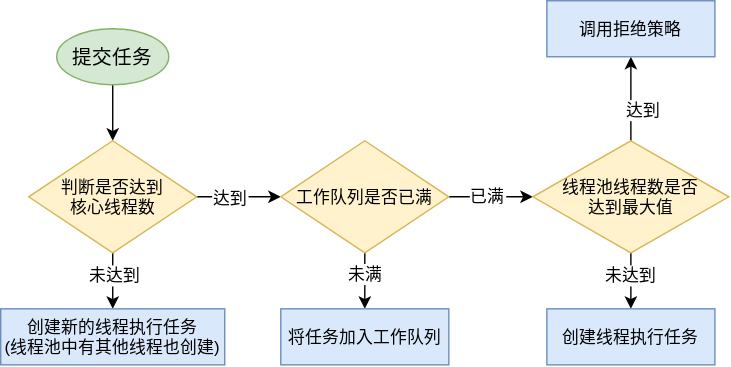
This is Java/JavaSE/多线程/线程池创建线程步骤.drawio.svg from Developer-Tang/notes, a draw.io export, as it was before one commit. Source tidied: cells renumbered, new cells last; positions are measured from the earlier drawing's top-left corner, leaving out a move shared by most shapes.
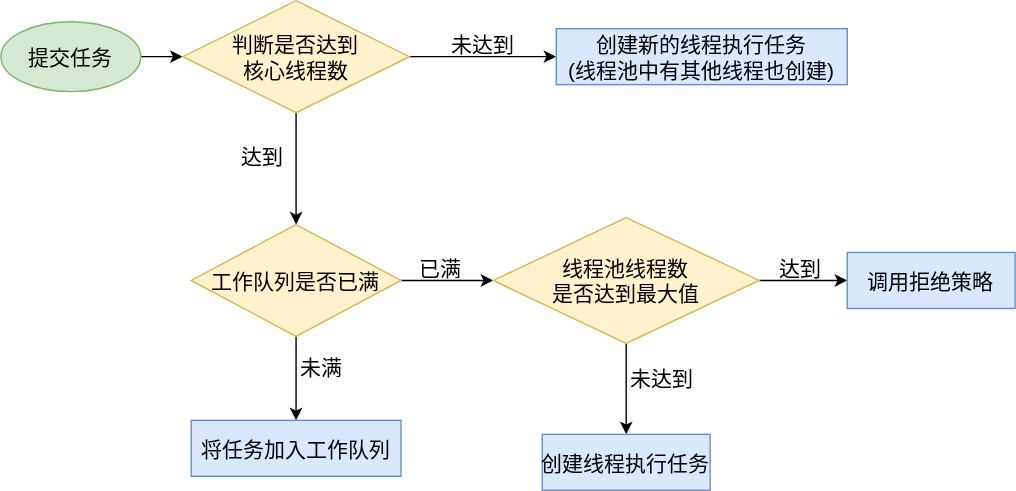
After the change.

The edit, as a diff of the source:
```diff
@@ -2,77 +2,80 @@
   <root>
     <mxCell id="0" />
     <mxCell id="1" parent="0" />
-    <mxCell id="2" style="edgeStyle=orthogonalEdgeStyle;rounded=0;jettySize=auto;fontSize=14;" parent="1" edge="1" source="3" target="8">
+    <mxCell id="2" style="edgeStyle=orthogonalEdgeStyle;rounded=0;jettySize=auto;fontSize=15;labelBackgroundColor=none;fontStyle=0;" parent="1" edge="1" source="3" target="8">
       <mxGeometry relative="1" as="geometry" />
     </mxCell>
-    <mxCell id="3" value="提交任务" style="ellipse;fontSize=14;fillColor=#d5e8d4;strokeColor=#82b366;" parent="1" vertex="1">
-      <mxGeometry x="40" y="20" width="80" height="40" as="geometry" />
+    <mxCell id="3" value="提交任务" style="ellipse;fontSize=15;fillColor=#d5e8d4;strokeColor=#82b366;labelBackgroundColor=none;fontStyle=0;" parent="1" vertex="1">
+      <mxGeometry x="8" y="55" width="100" height="50" as="geometry" />
     </mxCell>
+    <mxCell id="6" style="edgeStyle=orthogonalEdgeStyle;rounded=0;jettySize=auto;fontSize=15;labelBackgroundColor=none;fontStyle=0;" parent="1" edge="1" source="8" target="14">
+      <mxGeometry relative="1" as="geometry" />
+    </mxCell>
+    <mxCell id="7" value="达到" style="edgeLabel;align=center;verticalAlign=middle;fontSize=15;labelBackgroundColor=none;fontStyle=0;" parent="6" vertex="1">
+      <mxGeometry x="-0.25" y="1" relative="1" as="geometry">
+        <mxPoint x="-25" as="offset" />
+      </mxGeometry>
+    </mxCell>
-    <mxCell id="4" style="edgeStyle=orthogonalEdgeStyle;rounded=0;jettySize=auto;fontSize=12;" parent="1" edge="1" source="8" target="9">
-      <mxGeometry relative="1" as="geometry">
-        <Array as="points">
-          <mxPoint x="80" y="190" />
-          <mxPoint x="80" y="190" />
-        </Array>
-      </mxGeometry>
+    <mxCell id="4" style="edgeStyle=orthogonalEdgeStyle;rounded=0;jettySize=auto;fontStyle=0;labelBackgroundColor=none;fontSize=15;" parent="1" edge="1" source="8" target="9">
+      <mxGeometry relative="1" as="geometry" />
     </mxCell>
-    <mxCell id="5" value="未达到" style="edgeLabel;align=center;verticalAlign=middle;fontSize=12;" parent="4" vertex="1">
-      <mxGeometry x="-0.23" y="1" relative="1" as="geometry" />
+    <mxCell id="5" value="未达到" style="edgeLabel;align=center;verticalAlign=middle;fontStyle=0;fontSize=15;labelBackgroundColor=none;" parent="4" vertex="1">
+      <mxGeometry x="-0.15" y="-1" relative="1" as="geometry">
+        <mxPoint x="7" y="-11" as="offset" />
+      </mxGeometry>
     </mxCell>
-    <mxCell id="6" style="edgeStyle=orthogonalEdgeStyle;rounded=0;jettySize=auto;fontSize=12;" parent="1" edge="1" source="8" target="14">
-      <mxGeometry relative="1" as="geometry" />
-    </mxCell>
-    <mxCell id="7" value="达到" style="edgeLabel;align=center;verticalAlign=middle;fontSize=12;" parent="6" vertex="1">
-      <mxGeometry x="-0.25" y="1" relative="1" as="geometry">
-        <mxPoint x="1" y="1" as="offset" />
-      </mxGeometry>
-    </mxCell>
-    <mxCell id="8" value="判断是否达到&#10;核心线程数" style="rhombus;fontSize=12;strokeColor=#d6b656;fillColor=#fff2cc;" parent="1" vertex="1">
-      <mxGeometry x="20" y="100" width="120" height="80" as="geometry" />
+    <mxCell id="8" value="判断是否达到&#10;核心线程数" style="rhombus;fontSize=15;strokeColor=#d6b656;fillColor=#fff2cc;labelBackgroundColor=none;fontStyle=0;" parent="1" vertex="1">
+      <mxGeometry x="138" y="40" width="162" height="80" as="geometry" />
     </mxCell>
-    <mxCell id="9" value="创建新的线程执行任务&#10;(线程池中有其他线程也创建)" style="fontSize=12;strokeColor=#6c8ebf;fillColor=#dae8fc;" parent="1" vertex="1">
-      <mxGeometry y="220" width="160" height="40" as="geometry" />
+    <mxCell id="9" value="创建新的线程执行任务&#10;(线程池中有其他线程也创建)" style="fontSize=15;strokeColor=#6c8ebf;fillColor=#dae8fc;labelBackgroundColor=none;fontStyle=0;" parent="1" vertex="1">
+      <mxGeometry x="405" y="60" width="208" height="40" as="geometry" />
     </mxCell>
-    <mxCell id="10" style="edgeStyle=orthogonalEdgeStyle;rounded=0;jettySize=auto;fontSize=12;" parent="1" edge="1" source="14" target="19">
+    <mxCell id="10" style="edgeStyle=orthogonalEdgeStyle;rounded=0;jettySize=auto;fontSize=15;labelBackgroundColor=none;fontStyle=0;exitX=1;exitY=0.5;exitDx=0;exitDy=0;" parent="1" edge="1" source="14" target="19">
       <mxGeometry relative="1" as="geometry" />
     </mxCell>
-    <mxCell id="11" value="已满" style="edgeLabel;align=center;verticalAlign=middle;fontSize=12;" parent="10" vertex="1">
-      <mxGeometry x="-0.08" y="1" relative="1" as="geometry" />
+    <mxCell id="11" value="已满" style="edgeLabel;align=center;verticalAlign=middle;fontSize=15;labelBackgroundColor=none;fontStyle=0;" parent="10" vertex="1">
+      <mxGeometry x="-0.08" y="1" relative="1" as="geometry">
+        <mxPoint x="-2" y="-9" as="offset" />
+      </mxGeometry>
     </mxCell>
-    <mxCell id="12" style="edgeStyle=orthogonalEdgeStyle;rounded=0;jettySize=auto;fontSize=12;" parent="1" edge="1" source="14" target="20">
+    <mxCell id="12" style="edgeStyle=orthogonalEdgeStyle;rounded=0;jettySize=auto;fontSize=15;labelBackgroundColor=none;fontStyle=0;" parent="1" edge="1" source="14" target="20">
       <mxGeometry relative="1" as="geometry" />
     </mxCell>
-    <mxCell id="13" value="未满" style="edgeLabel;align=center;verticalAlign=middle;fontSize=12;" parent="12" vertex="1">
-      <mxGeometry x="-0.29" relative="1" as="geometry" />
+    <mxCell id="13" value="未满" style="edgeLabel;align=center;verticalAlign=middle;fontSize=15;labelBackgroundColor=none;fontStyle=0;" parent="12" vertex="1">
+      <mxGeometry x="-0.29" relative="1" as="geometry">
+        <mxPoint x="18" as="offset" />
+      </mxGeometry>
     </mxCell>
-    <mxCell id="14" value="工作队列是否已满" style="rhombus;strokeColor=#d6b656;fillColor=#fff2cc;" parent="1" vertex="1">
-      <mxGeometry x="200" y="100" width="120" height="80" as="geometry" />
+    <mxCell id="14" value="工作队列是否已满" style="rhombus;strokeColor=#d6b656;fillColor=#fff2cc;labelBackgroundColor=none;fontSize=15;fontStyle=0;" parent="1" vertex="1">
+      <mxGeometry x="144" y="200" width="150" height="80" as="geometry" />
     </mxCell>
-    <mxCell id="15" style="edgeStyle=orthogonalEdgeStyle;rounded=0;jettySize=auto;fontSize=12;" parent="1" edge="1" source="19" target="21">
+    <mxCell id="15" style="edgeStyle=orthogonalEdgeStyle;rounded=0;jettySize=auto;fontSize=15;labelBackgroundColor=none;fontStyle=0;" parent="1" edge="1" source="19" target="21">
       <mxGeometry relative="1" as="geometry" />
     </mxCell>
-    <mxCell id="16" value="未达到" style="edgeLabel;align=center;verticalAlign=middle;fontSize=12;" parent="15" vertex="1">
-      <mxGeometry x="-0.27" relative="1" as="geometry" />
+    <mxCell id="16" value="未达到" style="edgeLabel;align=center;verticalAlign=middle;fontSize=15;labelBackgroundColor=none;fontStyle=0;" parent="15" vertex="1">
+      <mxGeometry x="-0.27" relative="1" as="geometry">
+        <mxPoint x="25" as="offset" />
+      </mxGeometry>
     </mxCell>
-    <mxCell id="17" style="edgeStyle=orthogonalEdgeStyle;rounded=0;jettySize=auto;fontSize=12;" parent="1" edge="1" source="19" target="22">
+    <mxCell id="17" style="edgeStyle=orthogonalEdgeStyle;rounded=0;jettySize=auto;fontSize=15;labelBackgroundColor=none;fontStyle=0;" parent="1" edge="1" source="19" target="22">
       <mxGeometry relative="1" as="geometry" />
     </mxCell>
-    <mxCell id="18" value="达到" style="edgeLabel;align=center;verticalAlign=middle;fontSize=12;" parent="17" vertex="1">
+    <mxCell id="18" value="达到" style="edgeLabel;align=center;verticalAlign=middle;fontSize=15;labelBackgroundColor=none;fontStyle=0;" parent="17" vertex="1">
       <mxGeometry x="-0.27" y="-1" relative="1" as="geometry">
-        <mxPoint x="8" y="-1" as="offset" />
+        <mxPoint x="6" y="-11" as="offset" />
       </mxGeometry>
     </mxCell>
-    <mxCell id="19" value="线程池线程数是否&#10;达到最大值" style="rhombus;strokeColor=#d6b656;fillColor=#fff2cc;" parent="1" vertex="1">
-      <mxGeometry x="380" y="100" width="140" height="80" as="geometry" />
+    <mxCell id="19" value="线程池线程数&#10;是否达到最大值" style="rhombus;strokeColor=#d6b656;fillColor=#fff2cc;labelBackgroundColor=none;fontSize=15;fontStyle=0;" parent="1" vertex="1">
+      <mxGeometry x="360" y="195" width="190" height="90" as="geometry" />
     </mxCell>
-    <mxCell id="20" value="将任务加入工作队列" style="strokeColor=#6c8ebf;fillColor=#dae8fc;" parent="1" vertex="1">
-      <mxGeometry x="200" y="220" width="120" height="40" as="geometry" />
+    <mxCell id="20" value="将任务加入工作队列" style="strokeColor=#6c8ebf;fillColor=#dae8fc;labelBackgroundColor=none;fontSize=15;fontStyle=0;" parent="1" vertex="1">
+      <mxGeometry x="144" y="340" width="150" height="40" as="geometry" />
     </mxCell>
-    <mxCell id="21" value="创建线程执行任务" style="strokeColor=#6c8ebf;fillColor=#dae8fc;" parent="1" vertex="1">
-      <mxGeometry x="390" y="220" width="120" height="40" as="geometry" />
+    <mxCell id="21" value="创建线程执行任务" style="strokeColor=#6c8ebf;fillColor=#dae8fc;labelBackgroundColor=none;fontSize=15;fontStyle=0;" parent="1" vertex="1">
+      <mxGeometry x="395" y="350" width="120" height="40" as="geometry" />
     </mxCell>
-    <mxCell id="22" value="调用拒绝策略" style="strokeColor=#6c8ebf;fillColor=#dae8fc;" parent="1" vertex="1">
-      <mxGeometry x="390" width="120" height="40" as="geometry" />
+    <mxCell id="22" value="调用拒绝策略" style="strokeColor=#6c8ebf;fillColor=#dae8fc;labelBackgroundColor=none;fontSize=15;fontStyle=0;" parent="1" vertex="1">
+      <mxGeometry x="613" y="220" width="120" height="40" as="geometry" />
     </mxCell>
   </root>
 </mxGraphModel>
```
